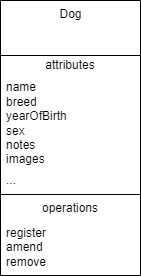
Above: contract/images/domain_model.drawio.png in hungovercoders/dog.walking (draw.io), before the change. Source tidied: cells renumbered, new cells last; positions are measured from the earlier drawing's top-left corner, leaving out a move shared by most shapes. The source it was exported from:
```xml
<mxGraphModel>
  <root>
    <mxCell id="0" />
    <mxCell id="1" parent="0" />
    <mxCell id="2" value="Dog" style="swimlane;fontStyle=0;align=center;verticalAlign=top;horizontal=1;startSize=55;html=1;" parent="1" vertex="1">
      <mxGeometry width="140" height="275" as="geometry" />
    </mxCell>
    <mxCell id="3" value="attributes" style="text;html=1;strokeColor=none;fillColor=none;align=center;verticalAlign=middle;spacingLeft=4;spacingRight=4;overflow=hidden;" parent="2" vertex="1">
      <mxGeometry y="55" width="140" height="20" as="geometry" />
    </mxCell>
    <mxCell id="4" value="name&lt;br&gt;breed&lt;br&gt;yearOfBirth&lt;br&gt;sex&lt;br&gt;notes&lt;br&gt;images" style="text;html=1;strokeColor=none;fillColor=none;align=left;verticalAlign=middle;spacingLeft=4;spacingRight=4;overflow=hidden;" parent="2" vertex="1">
      <mxGeometry y="75" width="140" height="95" as="geometry" />
    </mxCell>
    <mxCell id="5" value="..." style="text;html=1;strokeColor=none;fillColor=none;align=left;verticalAlign=middle;spacingLeft=4;spacingRight=4;overflow=hidden;" parent="2" vertex="1">
      <mxGeometry y="170" width="140" height="20" as="geometry" />
    </mxCell>
    <mxCell id="6" style="line;strokeWidth=1;fillColor=none;align=left;verticalAlign=middle;spacingTop=-1;spacingLeft=3;spacingRight=3;labelPosition=right;" parent="2" vertex="1">
      <mxGeometry y="190" width="140" height="8" as="geometry" />
    </mxCell>
    <mxCell id="7" value="operations" style="text;html=1;strokeColor=none;fillColor=none;align=center;verticalAlign=middle;spacingLeft=4;spacingRight=4;overflow=hidden;" parent="2" vertex="1">
      <mxGeometry y="198" width="140" height="20" as="geometry" />
    </mxCell>
    <mxCell id="8" value="register&lt;br&gt;amend&lt;br&gt;remove" style="text;html=1;strokeColor=none;fillColor=none;align=left;verticalAlign=middle;spacingLeft=4;spacingRight=4;overflow=hidden;" parent="2" vertex="1">
      <mxGeometry y="218" width="140" height="57" as="geometry" />
    </mxCell>
  </root>
</mxGraphModel>
```
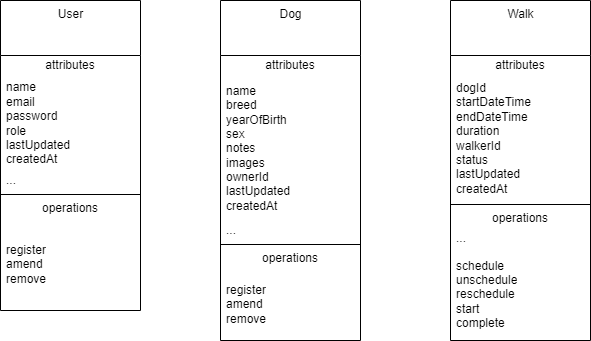
The same diagram one commit later.

Commit message:
feat: :sparkles: updated domain model

What changed in the source:
```diff
@@ -3,25 +3,67 @@
     <mxCell id="0" />
     <mxCell id="1" parent="0" />
     <mxCell id="2" value="Dog" style="swimlane;fontStyle=0;align=center;verticalAlign=top;horizontal=1;startSize=55;html=1;" parent="1" vertex="1">
-      <mxGeometry width="140" height="275" as="geometry" />
+      <mxGeometry width="140" height="340" as="geometry" />
     </mxCell>
     <mxCell id="3" value="attributes" style="text;html=1;strokeColor=none;fillColor=none;align=center;verticalAlign=middle;spacingLeft=4;spacingRight=4;overflow=hidden;" parent="2" vertex="1">
       <mxGeometry y="55" width="140" height="20" as="geometry" />
     </mxCell>
-    <mxCell id="4" value="name&lt;br&gt;breed&lt;br&gt;yearOfBirth&lt;br&gt;sex&lt;br&gt;notes&lt;br&gt;images" style="text;html=1;strokeColor=none;fillColor=none;align=left;verticalAlign=middle;spacingLeft=4;spacingRight=4;overflow=hidden;" parent="2" vertex="1">
-      <mxGeometry y="75" width="140" height="95" as="geometry" />
+    <mxCell id="4" value="name&lt;br&gt;breed&lt;br&gt;yearOfBirth&lt;br&gt;sex&lt;br&gt;notes&lt;br&gt;images&lt;br&gt;ownerId&lt;br&gt;lastUpdated&lt;br&gt;createdAt" style="text;html=1;strokeColor=none;fillColor=none;align=left;verticalAlign=middle;spacingLeft=4;spacingRight=4;overflow=hidden;" parent="2" vertex="1">
+      <mxGeometry y="75" width="140" height="145" as="geometry" />
     </mxCell>
     <mxCell id="5" value="..." style="text;html=1;strokeColor=none;fillColor=none;align=left;verticalAlign=middle;spacingLeft=4;spacingRight=4;overflow=hidden;" parent="2" vertex="1">
-      <mxGeometry y="170" width="140" height="20" as="geometry" />
+      <mxGeometry y="220" width="140" height="20" as="geometry" />
     </mxCell>
     <mxCell id="6" style="line;strokeWidth=1;fillColor=none;align=left;verticalAlign=middle;spacingTop=-1;spacingLeft=3;spacingRight=3;labelPosition=right;" parent="2" vertex="1">
-      <mxGeometry y="190" width="140" height="8" as="geometry" />
+      <mxGeometry y="240" width="140" height="8" as="geometry" />
     </mxCell>
     <mxCell id="7" value="operations" style="text;html=1;strokeColor=none;fillColor=none;align=center;verticalAlign=middle;spacingLeft=4;spacingRight=4;overflow=hidden;" parent="2" vertex="1">
-      <mxGeometry y="198" width="140" height="20" as="geometry" />
+      <mxGeometry y="248" width="140" height="20" as="geometry" />
     </mxCell>
     <mxCell id="8" value="register&lt;br&gt;amend&lt;br&gt;remove" style="text;html=1;strokeColor=none;fillColor=none;align=left;verticalAlign=middle;spacingLeft=4;spacingRight=4;overflow=hidden;" parent="2" vertex="1">
-      <mxGeometry y="218" width="140" height="57" as="geometry" />
+      <mxGeometry y="268" width="140" height="72" as="geometry" />
     </mxCell>
+    <mxCell id="9" value="User" style="swimlane;fontStyle=0;align=center;verticalAlign=top;horizontal=1;startSize=55;html=1;" parent="1" vertex="1">
+      <mxGeometry x="-220" width="140" height="310" as="geometry" />
+    </mxCell>
+    <mxCell id="10" value="attributes" style="text;html=1;strokeColor=none;fillColor=none;align=center;verticalAlign=middle;spacingLeft=4;spacingRight=4;overflow=hidden;" parent="9" vertex="1">
+      <mxGeometry y="55" width="140" height="20" as="geometry" />
+    </mxCell>
+    <mxCell id="11" value="name&lt;br&gt;email&lt;br&gt;password&lt;br&gt;role&lt;br&gt;lastUpdated&lt;br&gt;createdAt" style="text;html=1;strokeColor=none;fillColor=none;align=left;verticalAlign=middle;spacingLeft=4;spacingRight=4;overflow=hidden;" parent="9" vertex="1">
+      <mxGeometry y="75" width="140" height="95" as="geometry" />
+    </mxCell>
+    <mxCell id="12" value="..." style="text;html=1;strokeColor=none;fillColor=none;align=left;verticalAlign=middle;spacingLeft=4;spacingRight=4;overflow=hidden;" parent="9" vertex="1">
+      <mxGeometry y="170" width="140" height="20" as="geometry" />
+    </mxCell>
+    <mxCell id="13" style="line;strokeWidth=1;fillColor=none;align=left;verticalAlign=middle;spacingTop=-1;spacingLeft=3;spacingRight=3;labelPosition=right;" parent="9" vertex="1">
+      <mxGeometry y="190" width="140" height="8" as="geometry" />
+    </mxCell>
+    <mxCell id="14" value="operations" style="text;html=1;strokeColor=none;fillColor=none;align=center;verticalAlign=middle;spacingLeft=4;spacingRight=4;overflow=hidden;" parent="9" vertex="1">
+      <mxGeometry y="198" width="140" height="20" as="geometry" />
+    </mxCell>
+    <mxCell id="15" value="register&lt;br&gt;amend&lt;br&gt;remove" style="text;html=1;strokeColor=none;fillColor=none;align=left;verticalAlign=middle;spacingLeft=4;spacingRight=4;overflow=hidden;" parent="9" vertex="1">
+      <mxGeometry y="218" width="140" height="92" as="geometry" />
+    </mxCell>
+    <mxCell id="16" value="Walk" style="swimlane;fontStyle=0;align=center;verticalAlign=top;horizontal=1;startSize=55;html=1;" parent="1" vertex="1">
+      <mxGeometry x="230" width="140" height="340" as="geometry" />
+    </mxCell>
+    <mxCell id="17" value="attributes" style="text;html=1;strokeColor=none;fillColor=none;align=center;verticalAlign=middle;spacingLeft=4;spacingRight=4;overflow=hidden;" parent="16" vertex="1">
+      <mxGeometry y="55" width="140" height="20" as="geometry" />
+    </mxCell>
+    <mxCell id="18" value="dogId&lt;br&gt;startDateTime&lt;br&gt;endDateTime&lt;br&gt;duration&lt;br&gt;walkerId&lt;br&gt;status&lt;br&gt;lastUpdated&lt;br&gt;createdAt" style="text;html=1;strokeColor=none;fillColor=none;align=left;verticalAlign=middle;spacingLeft=4;spacingRight=4;overflow=hidden;" parent="16" vertex="1">
+      <mxGeometry y="75" width="140" height="125" as="geometry" />
+    </mxCell>
+    <mxCell id="19" style="line;strokeWidth=1;fillColor=none;align=left;verticalAlign=middle;spacingTop=-1;spacingLeft=3;spacingRight=3;labelPosition=right;" parent="16" vertex="1">
+      <mxGeometry y="200" width="140" height="8" as="geometry" />
+    </mxCell>
+    <mxCell id="20" value="operations" style="text;html=1;strokeColor=none;fillColor=none;align=center;verticalAlign=middle;spacingLeft=4;spacingRight=4;overflow=hidden;" parent="16" vertex="1">
+      <mxGeometry y="208" width="140" height="20" as="geometry" />
+    </mxCell>
+    <mxCell id="21" value="..." style="text;html=1;strokeColor=none;fillColor=none;align=left;verticalAlign=middle;spacingLeft=4;spacingRight=4;overflow=hidden;" parent="16" vertex="1">
+      <mxGeometry y="228" width="140" height="20" as="geometry" />
+    </mxCell>
+    <mxCell id="22" value="schedule&lt;br&gt;unschedule&lt;br&gt;reschedule&lt;br&gt;start&lt;br&gt;complete&lt;br&gt;" style="text;html=1;strokeColor=none;fillColor=none;align=left;verticalAlign=middle;spacingLeft=4;spacingRight=4;overflow=hidden;" parent="16" vertex="1">
+      <mxGeometry y="248" width="140" height="92" as="geometry" />
+    </mxCell>
   </root>
 </mxGraphModel>
```
